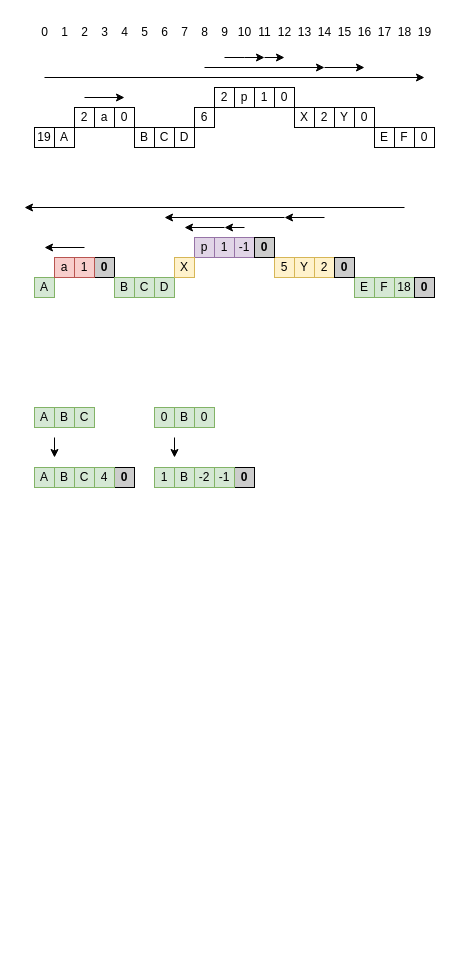
This is figures/nested_cobs.drawio from perlindgren/rtmt, a draw.io file, before an edit. Source tidied: cells renumbered, new cells numbered last; positions are measured from the earlier drawing's top-left corner, leaving out a move shared by most shapes. Both pictures are drawn from the tidied source at 100%, with x=0, y=0 at pixel (24, 17).
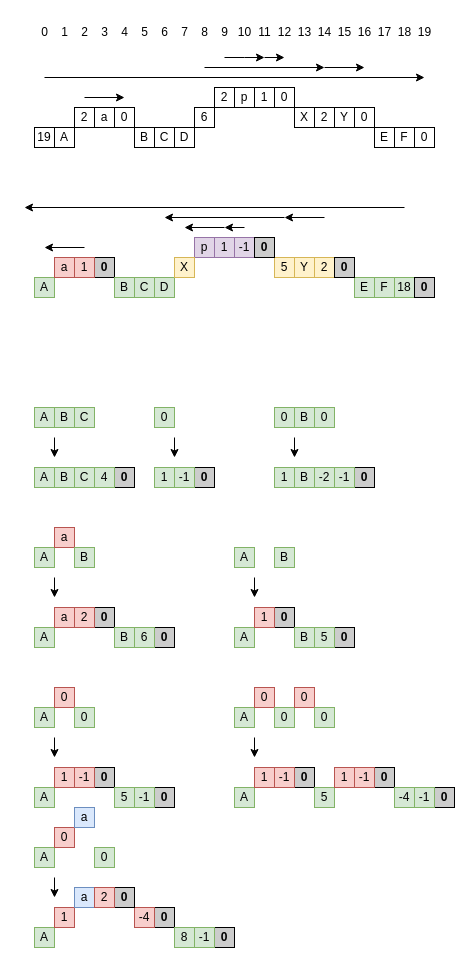
The same page after the edit.

Change to the diagram source:
```diff
@@
     <mxCell id="83" value="0" style="rounded=0;whiteSpace=wrap;html=1;fillColor=#d5e8d4;strokeColor=#82b366;" parent="1" vertex="1">
-      <mxGeometry x="130" y="390" width="20" height="20" as="geometry" />
+      <mxGeometry x="250" y="390" width="20" height="20" as="geometry" />
     </mxCell>
     <mxCell id="84" value="B" style="rounded=0;whiteSpace=wrap;html=1;fillColor=#d5e8d4;strokeColor=#82b366;" parent="1" vertex="1">
-      <mxGeometry x="150" y="390" width="20" height="20" as="geometry" />
+      <mxGeometry x="270" y="390" width="20" height="20" as="geometry" />
     </mxCell>
     <mxCell id="85" value="0" style="rounded=0;whiteSpace=wrap;html=1;fillColor=#d5e8d4;strokeColor=#82b366;" parent="1" vertex="1">
-      <mxGeometry x="170" y="390" width="20" height="20" as="geometry" />
+      <mxGeometry x="290" y="390" width="20" height="20" as="geometry" />
     </mxCell>
     <mxCell id="86" value="1" style="rounded=0;whiteSpace=wrap;html=1;fillColor=#d5e8d4;strokeColor=#82b366;" parent="1" vertex="1">
-      <mxGeometry x="130" y="450" width="20" height="20" as="geometry" />
+      <mxGeometry x="250" y="450" width="20" height="20" as="geometry" />
     </mxCell>
     <mxCell id="87" value="B" style="rounded=0;whiteSpace=wrap;html=1;fillColor=#d5e8d4;strokeColor=#82b366;" parent="1" vertex="1">
-      <mxGeometry x="150" y="450" width="20" height="20" as="geometry" />
+      <mxGeometry x="270" y="450" width="20" height="20" as="geometry" />
     </mxCell>
     <mxCell id="88" value="-2" style="rounded=0;whiteSpace=wrap;html=1;fillColor=#d5e8d4;strokeColor=#82b366;" parent="1" vertex="1">
-      <mxGeometry x="170" y="450" width="20" height="20" as="geometry" />
+      <mxGeometry x="290" y="450" width="20" height="20" as="geometry" />
     </mxCell>
     <mxCell id="89" value="&lt;b&gt;0&lt;/b&gt;" style="rounded=0;whiteSpace=wrap;html=1;fillStyle=solid;fillColor=#CCCCCC;" parent="1" vertex="1">
-      <mxGeometry x="210" y="450" width="20" height="20" as="geometry" />
+      <mxGeometry x="330" y="450" width="20" height="20" as="geometry" />
     </mxCell>
     <mxCell id="90" value="-1" style="rounded=0;whiteSpace=wrap;html=1;fillColor=#d5e8d4;strokeColor=#82b366;" parent="1" vertex="1">
-      <mxGeometry x="190" y="450" width="20" height="20" as="geometry" />
+      <mxGeometry x="310" y="450" width="20" height="20" as="geometry" />
     </mxCell>
     <mxCell id="91" style="endArrow=classic;html=1;rounded=0;" parent="1" edge="1">
       <mxGeometry relative="1" as="geometry">
-        <mxPoint x="150" y="420" as="sourcePoint" />
-        <mxPoint x="150" y="440" as="targetPoint" />
+        <mxPoint x="270" y="420" as="sourcePoint" />
+        <mxPoint x="270" y="440" as="targetPoint" />
       </mxGeometry>
     </mxCell>
+    <mxCell id="92" value="0" style="rounded=0;whiteSpace=wrap;html=1;fillColor=#d5e8d4;strokeColor=#82b366;" parent="1" vertex="1">
+      <mxGeometry x="130" y="390" width="20" height="20" as="geometry" />
+    </mxCell>
+    <mxCell id="93" value="1" style="rounded=0;whiteSpace=wrap;html=1;fillColor=#d5e8d4;strokeColor=#82b366;" parent="1" vertex="1">
+      <mxGeometry x="130" y="450" width="20" height="20" as="geometry" />
+    </mxCell>
+    <mxCell id="94" value="&lt;b&gt;0&lt;/b&gt;" style="rounded=0;whiteSpace=wrap;html=1;fillStyle=solid;fillColor=#CCCCCC;" parent="1" vertex="1">
+      <mxGeometry x="170" y="450" width="20" height="20" as="geometry" />
+    </mxCell>
+    <mxCell id="95" value="-1" style="rounded=0;whiteSpace=wrap;html=1;fillColor=#d5e8d4;strokeColor=#82b366;" parent="1" vertex="1">
+      <mxGeometry x="150" y="450" width="20" height="20" as="geometry" />
+    </mxCell>
+    <mxCell id="96" style="endArrow=classic;html=1;rounded=0;" parent="1" edge="1">
+      <mxGeometry relative="1" as="geometry">
+        <mxPoint x="150" y="420" as="sourcePoint" />
+        <mxPoint x="150" y="440" as="targetPoint" />
+      </mxGeometry>
+    </mxCell>
+    <mxCell id="97" value="A" style="rounded=0;whiteSpace=wrap;html=1;fillColor=#d5e8d4;strokeColor=#82b366;" parent="1" vertex="1">
+      <mxGeometry x="10" y="610" width="20" height="20" as="geometry" />
+    </mxCell>
+    <mxCell id="98" value="a" style="rounded=0;whiteSpace=wrap;html=1;fillColor=#f8cecc;strokeColor=#b85450;" parent="1" vertex="1">
+      <mxGeometry x="30" y="590" width="20" height="20" as="geometry" />
+    </mxCell>
+    <mxCell id="99" value="&lt;b&gt;0&lt;/b&gt;" style="rounded=0;whiteSpace=wrap;html=1;fillStyle=solid;fillColor=#CCCCCC;" parent="1" vertex="1">
+      <mxGeometry x="70" y="590" width="20" height="20" as="geometry" />
+    </mxCell>
+    <mxCell id="100" value="B" style="rounded=0;whiteSpace=wrap;html=1;fillColor=#d5e8d4;strokeColor=#82b366;" parent="1" vertex="1">
+      <mxGeometry x="90" y="610" width="20" height="20" as="geometry" />
+    </mxCell>
+    <mxCell id="101" value="2" style="rounded=0;whiteSpace=wrap;html=1;fillColor=#f8cecc;strokeColor=#b85450;" parent="1" vertex="1">
+      <mxGeometry x="50" y="590" width="20" height="20" as="geometry" />
+    </mxCell>
+    <mxCell id="102" value="&lt;b&gt;0&lt;/b&gt;" style="rounded=0;whiteSpace=wrap;html=1;fillStyle=solid;fillColor=#CCCCCC;" parent="1" vertex="1">
+      <mxGeometry x="130" y="610" width="20" height="20" as="geometry" />
+    </mxCell>
+    <mxCell id="103" value="6" style="rounded=0;whiteSpace=wrap;html=1;fillColor=#d5e8d4;strokeColor=#82b366;" parent="1" vertex="1">
+      <mxGeometry x="110" y="610" width="20" height="20" as="geometry" />
+    </mxCell>
+    <mxCell id="104" value="A" style="rounded=0;whiteSpace=wrap;html=1;fillColor=#d5e8d4;strokeColor=#82b366;" parent="1" vertex="1">
+      <mxGeometry x="10" y="530" width="20" height="20" as="geometry" />
+    </mxCell>
+    <mxCell id="105" value="a" style="rounded=0;whiteSpace=wrap;html=1;fillColor=#f8cecc;strokeColor=#b85450;" parent="1" vertex="1">
+      <mxGeometry x="30" y="510" width="20" height="20" as="geometry" />
+    </mxCell>
+    <mxCell id="106" value="B" style="rounded=0;whiteSpace=wrap;html=1;fillColor=#d5e8d4;strokeColor=#82b366;" parent="1" vertex="1">
+      <mxGeometry x="50" y="530" width="20" height="20" as="geometry" />
+    </mxCell>
+    <mxCell id="107" style="endArrow=classic;html=1;rounded=0;" parent="1" edge="1">
+      <mxGeometry relative="1" as="geometry">
+        <mxPoint x="30" y="560" as="sourcePoint" />
+        <mxPoint x="30" y="580" as="targetPoint" />
+      </mxGeometry>
+    </mxCell>
+    <mxCell id="108" value="A" style="rounded=0;whiteSpace=wrap;html=1;fillColor=#d5e8d4;strokeColor=#82b366;" parent="1" vertex="1">
+      <mxGeometry x="210" y="610" width="20" height="20" as="geometry" />
+    </mxCell>
+    <mxCell id="109" value="&lt;b&gt;0&lt;/b&gt;" style="rounded=0;whiteSpace=wrap;html=1;fillStyle=solid;fillColor=#CCCCCC;" parent="1" vertex="1">
+      <mxGeometry x="250" y="590" width="20" height="20" as="geometry" />
+    </mxCell>
+    <mxCell id="110" value="B" style="rounded=0;whiteSpace=wrap;html=1;fillColor=#d5e8d4;strokeColor=#82b366;" parent="1" vertex="1">
+      <mxGeometry x="270" y="610" width="20" height="20" as="geometry" />
+    </mxCell>
+    <mxCell id="111" value="1" style="rounded=0;whiteSpace=wrap;html=1;fillColor=#f8cecc;strokeColor=#b85450;" parent="1" vertex="1">
+      <mxGeometry x="230" y="590" width="20" height="20" as="geometry" />
+    </mxCell>
+    <mxCell id="112" value="&lt;b&gt;0&lt;/b&gt;" style="rounded=0;whiteSpace=wrap;html=1;fillStyle=solid;fillColor=#CCCCCC;" parent="1" vertex="1">
+      <mxGeometry x="310" y="610" width="20" height="20" as="geometry" />
+    </mxCell>
+    <mxCell id="113" value="5" style="rounded=0;whiteSpace=wrap;html=1;fillColor=#d5e8d4;strokeColor=#82b366;" parent="1" vertex="1">
+      <mxGeometry x="290" y="610" width="20" height="20" as="geometry" />
+    </mxCell>
+    <mxCell id="114" value="A" style="rounded=0;whiteSpace=wrap;html=1;fillColor=#d5e8d4;strokeColor=#82b366;" parent="1" vertex="1">
+      <mxGeometry x="210" y="530" width="20" height="20" as="geometry" />
+    </mxCell>
+    <mxCell id="115" value="B" style="rounded=0;whiteSpace=wrap;html=1;fillColor=#d5e8d4;strokeColor=#82b366;" parent="1" vertex="1">
+      <mxGeometry x="250" y="530" width="20" height="20" as="geometry" />
+    </mxCell>
+    <mxCell id="116" style="endArrow=classic;html=1;rounded=0;" parent="1" edge="1">
+      <mxGeometry relative="1" as="geometry">
+        <mxPoint x="230" y="560" as="sourcePoint" />
+        <mxPoint x="230" y="580" as="targetPoint" />
+      </mxGeometry>
+    </mxCell>
+    <mxCell id="117" value="A" style="rounded=0;whiteSpace=wrap;html=1;fillColor=#d5e8d4;strokeColor=#82b366;" parent="1" vertex="1">
+      <mxGeometry x="10" y="770" width="20" height="20" as="geometry" />
+    </mxCell>
+    <mxCell id="118" value="1" style="rounded=0;whiteSpace=wrap;html=1;fillColor=#f8cecc;strokeColor=#b85450;" parent="1" vertex="1">
+      <mxGeometry x="30" y="750" width="20" height="20" as="geometry" />
+    </mxCell>
+    <mxCell id="119" value="&lt;b&gt;0&lt;/b&gt;" style="rounded=0;whiteSpace=wrap;html=1;fillStyle=solid;fillColor=#CCCCCC;" parent="1" vertex="1">
+      <mxGeometry x="70" y="750" width="20" height="20" as="geometry" />
+    </mxCell>
+    <mxCell id="120" value="5" style="rounded=0;whiteSpace=wrap;html=1;fillColor=#d5e8d4;strokeColor=#82b366;" parent="1" vertex="1">
+      <mxGeometry x="90" y="770" width="20" height="20" as="geometry" />
+    </mxCell>
+    <mxCell id="121" value="-1" style="rounded=0;whiteSpace=wrap;html=1;fillColor=#f8cecc;strokeColor=#b85450;" parent="1" vertex="1">
+      <mxGeometry x="50" y="750" width="20" height="20" as="geometry" />
+    </mxCell>
+    <mxCell id="122" value="&lt;b&gt;0&lt;/b&gt;" style="rounded=0;whiteSpace=wrap;html=1;fillStyle=solid;fillColor=#CCCCCC;" parent="1" vertex="1">
+      <mxGeometry x="130" y="770" width="20" height="20" as="geometry" />
+    </mxCell>
+    <mxCell id="123" value="-1" style="rounded=0;whiteSpace=wrap;html=1;fillColor=#d5e8d4;strokeColor=#82b366;" parent="1" vertex="1">
+      <mxGeometry x="110" y="770" width="20" height="20" as="geometry" />
+    </mxCell>
+    <mxCell id="124" value="A" style="rounded=0;whiteSpace=wrap;html=1;fillColor=#d5e8d4;strokeColor=#82b366;" parent="1" vertex="1">
+      <mxGeometry x="10" y="690" width="20" height="20" as="geometry" />
+    </mxCell>
+    <mxCell id="125" value="0" style="rounded=0;whiteSpace=wrap;html=1;fillColor=#f8cecc;strokeColor=#b85450;" parent="1" vertex="1">
+      <mxGeometry x="30" y="670" width="20" height="20" as="geometry" />
+    </mxCell>
+    <mxCell id="126" value="0" style="rounded=0;whiteSpace=wrap;html=1;fillColor=#d5e8d4;strokeColor=#82b366;" parent="1" vertex="1">
+      <mxGeometry x="50" y="690" width="20" height="20" as="geometry" />
+    </mxCell>
+    <mxCell id="127" style="endArrow=classic;html=1;rounded=0;" parent="1" edge="1">
+      <mxGeometry relative="1" as="geometry">
+        <mxPoint x="30" y="720" as="sourcePoint" />
+        <mxPoint x="30" y="740" as="targetPoint" />
+      </mxGeometry>
+    </mxCell>
+    <mxCell id="128" value="A" style="rounded=0;whiteSpace=wrap;html=1;fillColor=#d5e8d4;strokeColor=#82b366;" parent="1" vertex="1">
+      <mxGeometry x="210" y="770" width="20" height="20" as="geometry" />
+    </mxCell>
+    <mxCell id="129" value="1" style="rounded=0;whiteSpace=wrap;html=1;fillColor=#f8cecc;strokeColor=#b85450;" parent="1" vertex="1">
+      <mxGeometry x="230" y="750" width="20" height="20" as="geometry" />
+    </mxCell>
+    <mxCell id="130" value="&lt;b&gt;0&lt;/b&gt;" style="rounded=0;whiteSpace=wrap;html=1;fillStyle=solid;fillColor=#CCCCCC;" parent="1" vertex="1">
+      <mxGeometry x="270" y="750" width="20" height="20" as="geometry" />
+    </mxCell>
+    <mxCell id="131" value="5" style="rounded=0;whiteSpace=wrap;html=1;fillColor=#d5e8d4;strokeColor=#82b366;" parent="1" vertex="1">
+      <mxGeometry x="290" y="770" width="20" height="20" as="geometry" />
+    </mxCell>
+    <mxCell id="132" value="-1" style="rounded=0;whiteSpace=wrap;html=1;fillColor=#f8cecc;strokeColor=#b85450;" parent="1" vertex="1">
+      <mxGeometry x="250" y="750" width="20" height="20" as="geometry" />
+    </mxCell>
+    <mxCell id="133" value="A" style="rounded=0;whiteSpace=wrap;html=1;fillColor=#d5e8d4;strokeColor=#82b366;" parent="1" vertex="1">
+      <mxGeometry x="210" y="690" width="20" height="20" as="geometry" />
+    </mxCell>
+    <mxCell id="134" value="0" style="rounded=0;whiteSpace=wrap;html=1;fillColor=#f8cecc;strokeColor=#b85450;" parent="1" vertex="1">
+      <mxGeometry x="230" y="670" width="20" height="20" as="geometry" />
+    </mxCell>
+    <mxCell id="135" value="0" style="rounded=0;whiteSpace=wrap;html=1;fillColor=#d5e8d4;strokeColor=#82b366;" parent="1" vertex="1">
+      <mxGeometry x="250" y="690" width="20" height="20" as="geometry" />
+    </mxCell>
+    <mxCell id="136" style="endArrow=classic;html=1;rounded=0;" parent="1" edge="1">
+      <mxGeometry relative="1" as="geometry">
+        <mxPoint x="230" y="720" as="sourcePoint" />
+        <mxPoint x="230" y="740" as="targetPoint" />
+      </mxGeometry>
+    </mxCell>
+    <mxCell id="137" value="0" style="rounded=0;whiteSpace=wrap;html=1;fillColor=#f8cecc;strokeColor=#b85450;" parent="1" vertex="1">
+      <mxGeometry x="270" y="670" width="20" height="20" as="geometry" />
+    </mxCell>
+    <mxCell id="138" value="0" style="rounded=0;whiteSpace=wrap;html=1;fillColor=#d5e8d4;strokeColor=#82b366;" parent="1" vertex="1">
+      <mxGeometry x="290" y="690" width="20" height="20" as="geometry" />
+    </mxCell>
+    <mxCell id="139" value="1" style="rounded=0;whiteSpace=wrap;html=1;fillColor=#f8cecc;strokeColor=#b85450;" parent="1" vertex="1">
+      <mxGeometry x="310" y="750" width="20" height="20" as="geometry" />
+    </mxCell>
+    <mxCell id="140" value="&lt;b&gt;0&lt;/b&gt;" style="rounded=0;whiteSpace=wrap;html=1;fillStyle=solid;fillColor=#CCCCCC;" parent="1" vertex="1">
+      <mxGeometry x="350" y="750" width="20" height="20" as="geometry" />
+    </mxCell>
+    <mxCell id="141" value="-4" style="rounded=0;whiteSpace=wrap;html=1;fillColor=#d5e8d4;strokeColor=#82b366;" parent="1" vertex="1">
+      <mxGeometry x="370" y="770" width="20" height="20" as="geometry" />
+    </mxCell>
+    <mxCell id="142" value="-1" style="rounded=0;whiteSpace=wrap;html=1;fillColor=#f8cecc;strokeColor=#b85450;" parent="1" vertex="1">
+      <mxGeometry x="330" y="750" width="20" height="20" as="geometry" />
+    </mxCell>
+    <mxCell id="143" value="&lt;b&gt;0&lt;/b&gt;" style="rounded=0;whiteSpace=wrap;html=1;fillStyle=solid;fillColor=#CCCCCC;" parent="1" vertex="1">
+      <mxGeometry x="410" y="770" width="20" height="20" as="geometry" />
+    </mxCell>
+    <mxCell id="144" value="-1" style="rounded=0;whiteSpace=wrap;html=1;fillColor=#d5e8d4;strokeColor=#82b366;" parent="1" vertex="1">
+      <mxGeometry x="390" y="770" width="20" height="20" as="geometry" />
+    </mxCell>
+    <mxCell id="145" value="A" style="rounded=0;whiteSpace=wrap;html=1;fillColor=#d5e8d4;strokeColor=#82b366;" parent="1" vertex="1">
+      <mxGeometry x="10" y="910" width="20" height="20" as="geometry" />
+    </mxCell>
+    <mxCell id="146" value="1" style="rounded=0;whiteSpace=wrap;html=1;fillColor=#f8cecc;strokeColor=#b85450;" parent="1" vertex="1">
+      <mxGeometry x="30" y="890" width="20" height="20" as="geometry" />
+    </mxCell>
+    <mxCell id="147" value="&lt;b&gt;0&lt;/b&gt;" style="rounded=0;whiteSpace=wrap;html=1;fillStyle=solid;fillColor=#CCCCCC;" parent="1" vertex="1">
+      <mxGeometry x="130" y="890" width="20" height="20" as="geometry" />
+    </mxCell>
+    <mxCell id="148" value="8" style="rounded=0;whiteSpace=wrap;html=1;fillColor=#d5e8d4;strokeColor=#82b366;" parent="1" vertex="1">
+      <mxGeometry x="150" y="910" width="20" height="20" as="geometry" />
+    </mxCell>
+    <mxCell id="149" value="-4" style="rounded=0;whiteSpace=wrap;html=1;fillColor=#f8cecc;strokeColor=#b85450;" parent="1" vertex="1">
+      <mxGeometry x="110" y="890" width="20" height="20" as="geometry" />
+    </mxCell>
+    <mxCell id="150" value="&lt;b&gt;0&lt;/b&gt;" style="rounded=0;whiteSpace=wrap;html=1;fillStyle=solid;fillColor=#CCCCCC;" parent="1" vertex="1">
+      <mxGeometry x="190" y="910" width="20" height="20" as="geometry" />
+    </mxCell>
+    <mxCell id="151" value="-1" style="rounded=0;whiteSpace=wrap;html=1;fillColor=#d5e8d4;strokeColor=#82b366;" parent="1" vertex="1">
+      <mxGeometry x="170" y="910" width="20" height="20" as="geometry" />
+    </mxCell>
+    <mxCell id="152" value="A" style="rounded=0;whiteSpace=wrap;html=1;fillColor=#d5e8d4;strokeColor=#82b366;" parent="1" vertex="1">
+      <mxGeometry x="10" y="830" width="20" height="20" as="geometry" />
+    </mxCell>
+    <mxCell id="153" value="0" style="rounded=0;whiteSpace=wrap;html=1;fillColor=#f8cecc;strokeColor=#b85450;" parent="1" vertex="1">
+      <mxGeometry x="30" y="810" width="20" height="20" as="geometry" />
+    </mxCell>
+    <mxCell id="154" value="0" style="rounded=0;whiteSpace=wrap;html=1;fillColor=#d5e8d4;strokeColor=#82b366;" parent="1" vertex="1">
+      <mxGeometry x="70" y="830" width="20" height="20" as="geometry" />
+    </mxCell>
+    <mxCell id="155" style="endArrow=classic;html=1;rounded=0;" parent="1" edge="1">
+      <mxGeometry relative="1" as="geometry">
+        <mxPoint x="30" y="860" as="sourcePoint" />
+        <mxPoint x="30" y="880" as="targetPoint" />
+      </mxGeometry>
+    </mxCell>
+    <mxCell id="156" value="a" style="rounded=0;whiteSpace=wrap;html=1;fillColor=#dae8fc;strokeColor=#6c8ebf;" parent="1" vertex="1">
+      <mxGeometry x="50" y="790" width="20" height="20" as="geometry" />
+    </mxCell>
+    <mxCell id="157" value="a" style="rounded=0;whiteSpace=wrap;html=1;fillColor=#dae8fc;strokeColor=#6c8ebf;" parent="1" vertex="1">
+      <mxGeometry x="50" y="870" width="20" height="20" as="geometry" />
+    </mxCell>
+    <mxCell id="158" value="&lt;b&gt;0&lt;/b&gt;" style="rounded=0;whiteSpace=wrap;html=1;fillStyle=solid;fillColor=#CCCCCC;" parent="1" vertex="1">
+      <mxGeometry x="90" y="870" width="20" height="20" as="geometry" />
+    </mxCell>
+    <mxCell id="159" value="2" style="rounded=0;whiteSpace=wrap;html=1;fillColor=#f8cecc;strokeColor=#b85450;" parent="1" vertex="1">
+      <mxGeometry x="70" y="870" width="20" height="20" as="geometry" />
+    </mxCell>
```
